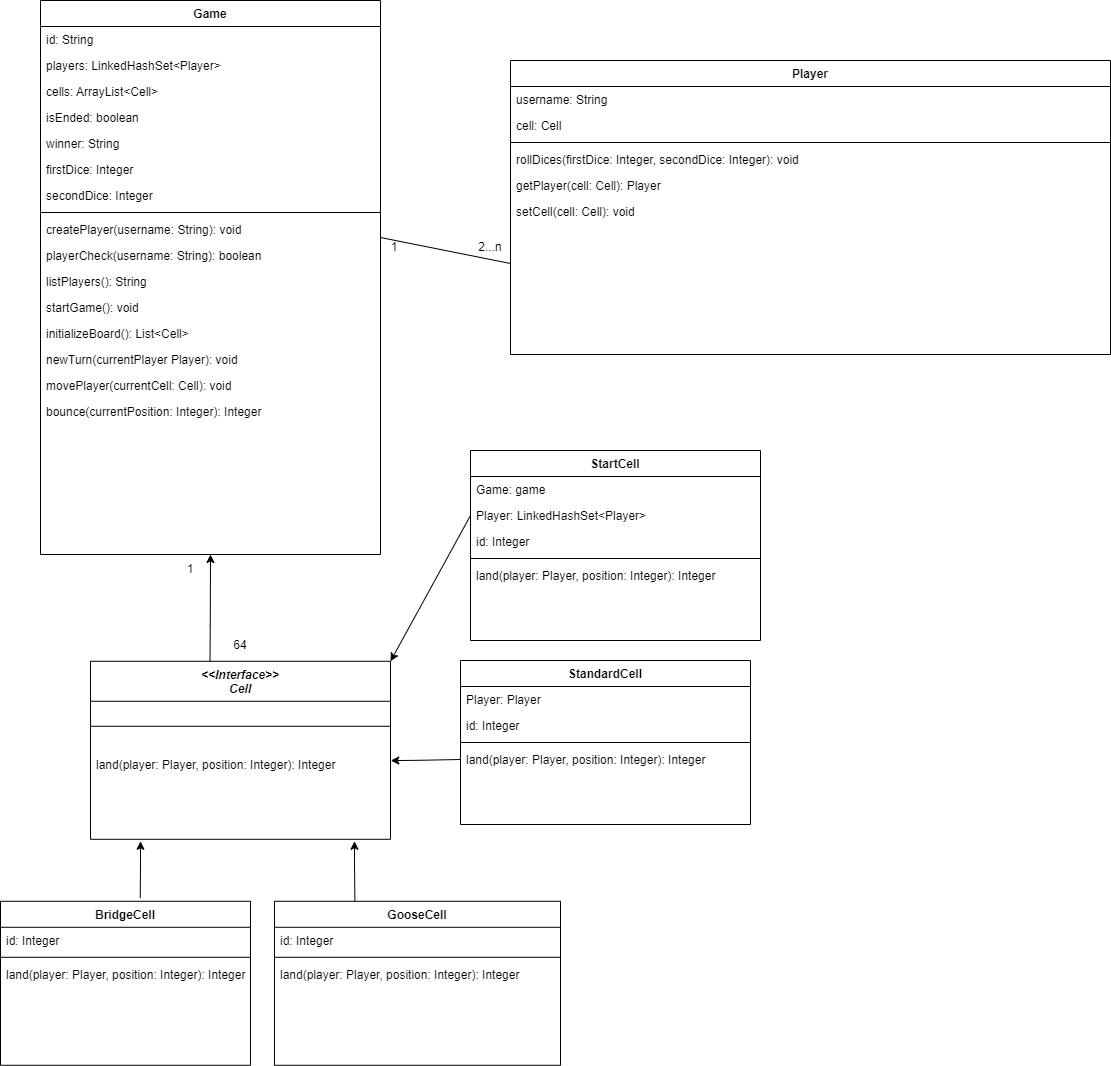
Above: Diagrams/Class Diagram/TheGooseGame_ClassDiagram.png in diegorodolfofranco/the-goose-game (draw.io), before the change. Source tidied: cells renumbered, new cells last; positions are measured from the earlier drawing's top-left corner, leaving out a move shared by most shapes.
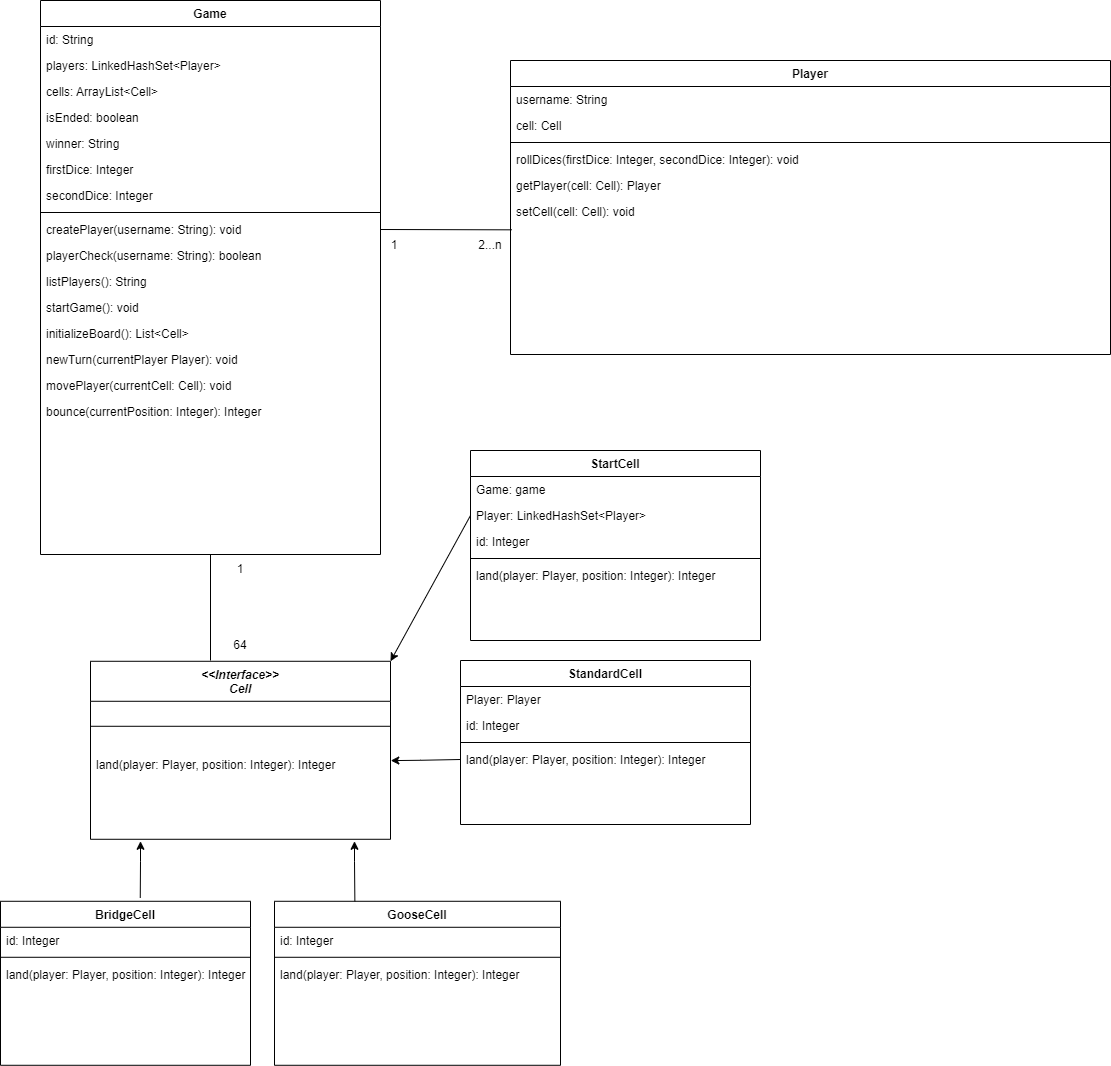
The same diagram one commit later.

The edit, as a diff of the source:
```diff
@@ -149,16 +149,14 @@
     <mxCell id="45" value="64" style="text;html=1;strokeColor=none;fillColor=none;align=center;verticalAlign=middle;whiteSpace=wrap;rounded=0;" parent="1" vertex="1">
       <mxGeometry x="210" y="630" width="60" height="30" as="geometry" />
     </mxCell>
-    <mxCell id="46" style="endArrow=none;html=1;rounded=0;entryX=0;entryY=0.5;entryDx=0;entryDy=0;exitX=1;exitY=0.808;exitDx=0;exitDy=0;exitPerimeter=0;" parent="1" edge="1" source="11">
-      <mxGeometry relative="1" as="geometry">
-        <mxPoint x="510" y="263" as="targetPoint" />
-      </mxGeometry>
+    <mxCell id="46" style="endArrow=none;html=1;rounded=0;exitX=1;exitY=0.5;exitDx=0;exitDy=0;entryX=0.002;entryY=1.205;entryDx=0;entryDy=0;entryPerimeter=0;" parent="1" edge="1" source="11" target="28">
+      <mxGeometry relative="1" as="geometry" />
     </mxCell>
     <mxCell id="47" value="1" style="text;html=1;strokeColor=none;fillColor=none;align=center;verticalAlign=middle;whiteSpace=wrap;rounded=0;" parent="1" vertex="1">
-      <mxGeometry x="364" y="232" width="60" height="30" as="geometry" />
+      <mxGeometry x="364" y="230" width="60" height="30" as="geometry" />
     </mxCell>
     <mxCell id="48" value="2...n" style="text;html=1;strokeColor=none;fillColor=none;align=center;verticalAlign=middle;whiteSpace=wrap;rounded=0;" parent="1" vertex="1">
-      <mxGeometry x="460" y="232" width="60" height="30" as="geometry" />
+      <mxGeometry x="460" y="230" width="60" height="30" as="geometry" />
     </mxCell>
     <mxCell id="49" value="StartCell" style="swimlane;fontStyle=1;align=center;verticalAlign=top;horizontal=1;startSize=26;rounded=0;shadow=0;strokeWidth=1;" parent="1" vertex="1">
       <mxGeometry x="470" y="450" width="290" height="190" as="geometry" />
@@ -179,18 +177,15 @@
       <mxGeometry y="112" width="290" height="26" as="geometry" />
     </mxCell>
     <mxCell id="55" value="1" style="text;html=1;strokeColor=none;fillColor=none;align=center;verticalAlign=middle;whiteSpace=wrap;rounded=0;" parent="1" vertex="1">
-      <mxGeometry x="160" y="554" width="60" height="30" as="geometry" />
+      <mxGeometry x="210" y="554" width="60" height="30" as="geometry" />
     </mxCell>
     <mxCell id="56" style="endArrow=classic;html=1;rounded=0;entryX=1;entryY=0;entryDx=0;entryDy=0;exitX=0;exitY=0.5;exitDx=0;exitDy=0;" parent="1" edge="1" source="51" target="19">
       <mxGeometry relative="1" as="geometry" />
     </mxCell>
-    <mxCell id="57" style="endArrow=classic;html=1;rounded=0;exitX=0.559;exitY=-0.02;exitDx=0;exitDy=0;exitPerimeter=0;entryX=0.5;entryY=1;entryDx=0;entryDy=0;" parent="1" edge="1" target="2">
-      <mxGeometry relative="1" as="geometry">
-        <mxPoint x="209.5" y="660.8" as="sourcePoint" />
-        <Array as="points">
-          <mxPoint x="209.8" y="624.1" />
-        </Array>
-      </mxGeometry>
-    </mxCell>
+    <mxCell id="58" style="endArrow=none;html=1;rounded=0;exitX=0.5;exitY=1;exitDx=0;exitDy=0;" parent="1" edge="1" source="2">
+      <mxGeometry x="-0.1" y="-30" relative="1" as="geometry">
+        <mxPoint x="210" y="660" as="targetPoint" />
+      </mxGeometry>
+    </mxCell>
   </root>
 </mxGraphModel>
```
